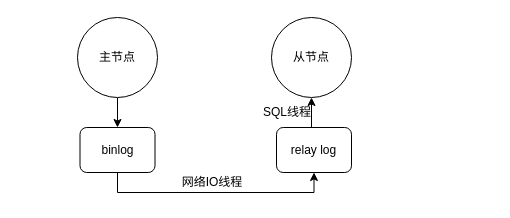
Before: MySQL主从复制.drawio in 1155200424/diagrams, a draw.io diagram. Source tidied: cells renumbered, new cells numbered last; positions are measured from the earlier drawing's top-left corner, leaving out a move shared by most shapes. Both pictures are drawn from the tidied source at 100%, with x=0, y=0 at pixel (77, 17).
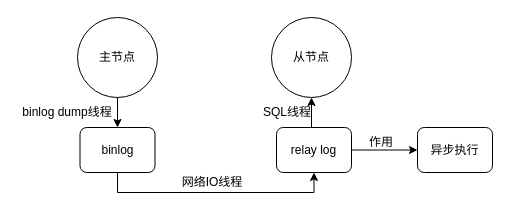
The same diagram, later.

Commit message (it also covers changes not shown here):
更新MySQL主从复制.drawio

Diff of the diagram source:
```diff
@@
 <mxGraphModel>
   <root>
     <mxCell id="0" />
     <mxCell id="1" parent="0" />
     <mxCell id="2" style="edgeStyle=orthogonalEdgeStyle;rounded=0;jettySize=auto;html=1;exitX=0.5;exitY=1;exitDx=0;exitDy=0;entryX=0.5;entryY=0;entryDx=0;entryDy=0;" parent="1" edge="1" source="3" target="6">
       <mxGeometry relative="1" as="geometry" />
     </mxCell>
     <mxCell id="3" value="主节点" style="ellipse;whiteSpace=wrap;html=1;" parent="1" vertex="1">
       <mxGeometry width="80" height="80" as="geometry" />
     </mxCell>
     <mxCell id="4" value="从节点" style="ellipse;whiteSpace=wrap;html=1;" parent="1" vertex="1">
       <mxGeometry x="194" width="80" height="80" as="geometry" />
     </mxCell>
     <mxCell id="5" style="edgeStyle=orthogonalEdgeStyle;rounded=0;jettySize=auto;html=1;exitX=0.5;exitY=1;exitDx=0;exitDy=0;entryX=0.5;entryY=1;entryDx=0;entryDy=0;" parent="1" edge="1" source="6" target="8">
       <mxGeometry relative="1" as="geometry" />
     </mxCell>
     <mxCell id="6" value="binlog" style="rounded=1;whiteSpace=wrap;html=1;" parent="1" vertex="1">
       <mxGeometry x="2.5" y="110" width="75" height="45" as="geometry" />
     </mxCell>
     <mxCell id="7" style="edgeStyle=orthogonalEdgeStyle;rounded=0;jettySize=auto;html=1;exitX=0.5;exitY=0;exitDx=0;exitDy=0;entryX=0.5;entryY=1;entryDx=0;entryDy=0;" parent="1" edge="1" source="8" target="4">
       <mxGeometry relative="1" as="geometry" />
     </mxCell>
+    <mxCell id="11" style="edgeStyle=orthogonalEdgeStyle;rounded=0;jettySize=auto;html=1;exitX=1;exitY=0.5;exitDx=0;exitDy=0;entryX=0;entryY=0.5;entryDx=0;entryDy=0;" parent="1" edge="1" source="8" target="13">
+      <mxGeometry relative="1" as="geometry" />
+    </mxCell>
     <mxCell id="8" value="relay log" style="rounded=1;whiteSpace=wrap;html=1;" parent="1" vertex="1">
       <mxGeometry x="199" y="110" width="75" height="45" as="geometry" />
     </mxCell>
     <mxCell id="9" value="网络IO线程" style="text;html=1;align=center;verticalAlign=middle;whiteSpace=wrap;rounded=0;" parent="1" vertex="1">
       <mxGeometry x="100" y="150" width="70" height="30" as="geometry" />
     </mxCell>
     <mxCell id="10" value="SQL线程" style="text;html=1;align=center;verticalAlign=middle;whiteSpace=wrap;rounded=0;" parent="1" vertex="1">
       <mxGeometry x="180" y="80" width="60" height="30" as="geometry" />
     </mxCell>
+    <mxCell id="12" value="binlog dump线程" style="text;html=1;align=center;verticalAlign=middle;whiteSpace=wrap;rounded=0;" parent="1" vertex="1">
+      <mxGeometry x="-60" y="80" width="100" height="30" as="geometry" />
+    </mxCell>
+    <mxCell id="13" value="异步执行" style="rounded=1;whiteSpace=wrap;html=1;" parent="1" vertex="1">
+      <mxGeometry x="340" y="110" width="75" height="45" as="geometry" />
+    </mxCell>
+    <mxCell id="14" value="作用" style="text;html=1;align=center;verticalAlign=middle;whiteSpace=wrap;rounded=0;" parent="1" vertex="1">
+      <mxGeometry x="274" y="110" width="60" height="30" as="geometry" />
+    </mxCell>
   </root>
 </mxGraphModel>
```
